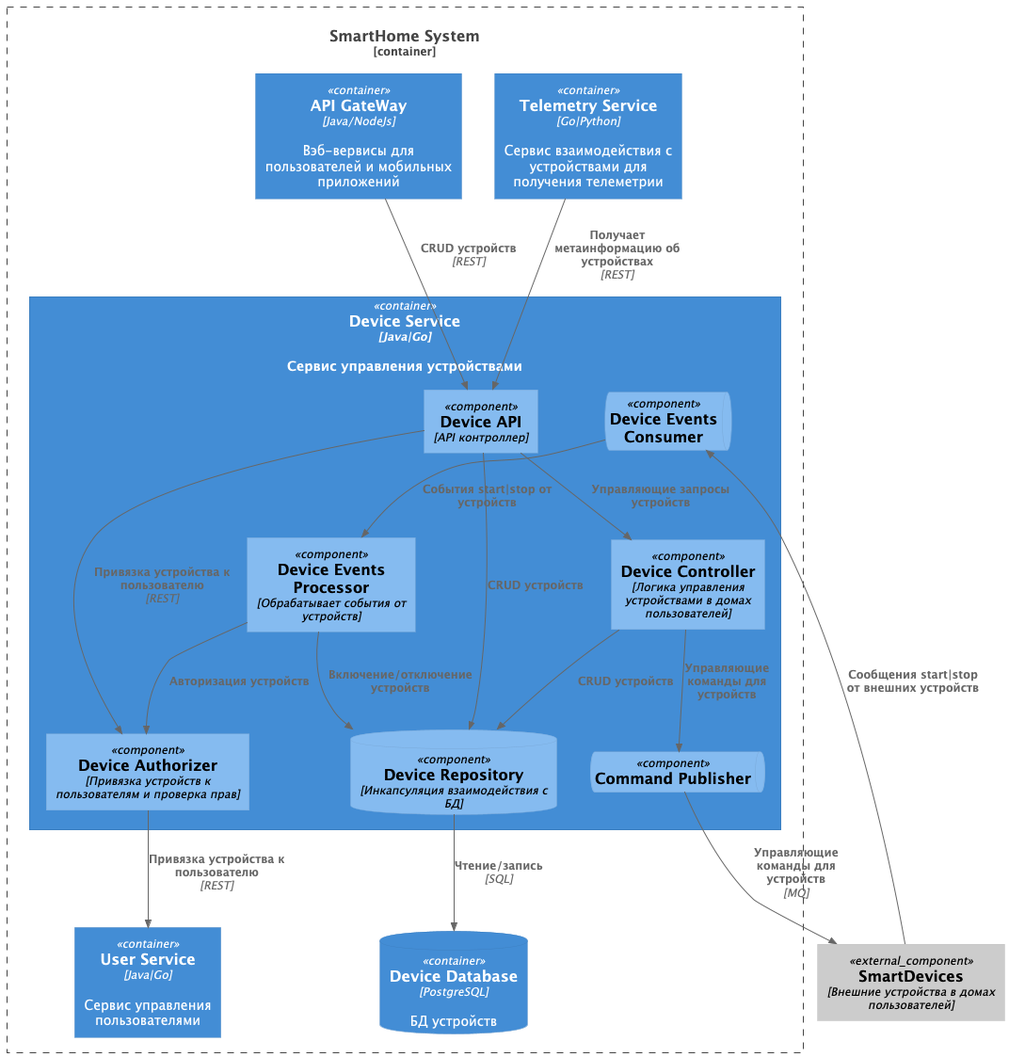
This is schemas/C4_component.png from Yandex-Practicum/architecture-pro-warmhouse, a PlantUML export, as it was before one commit.
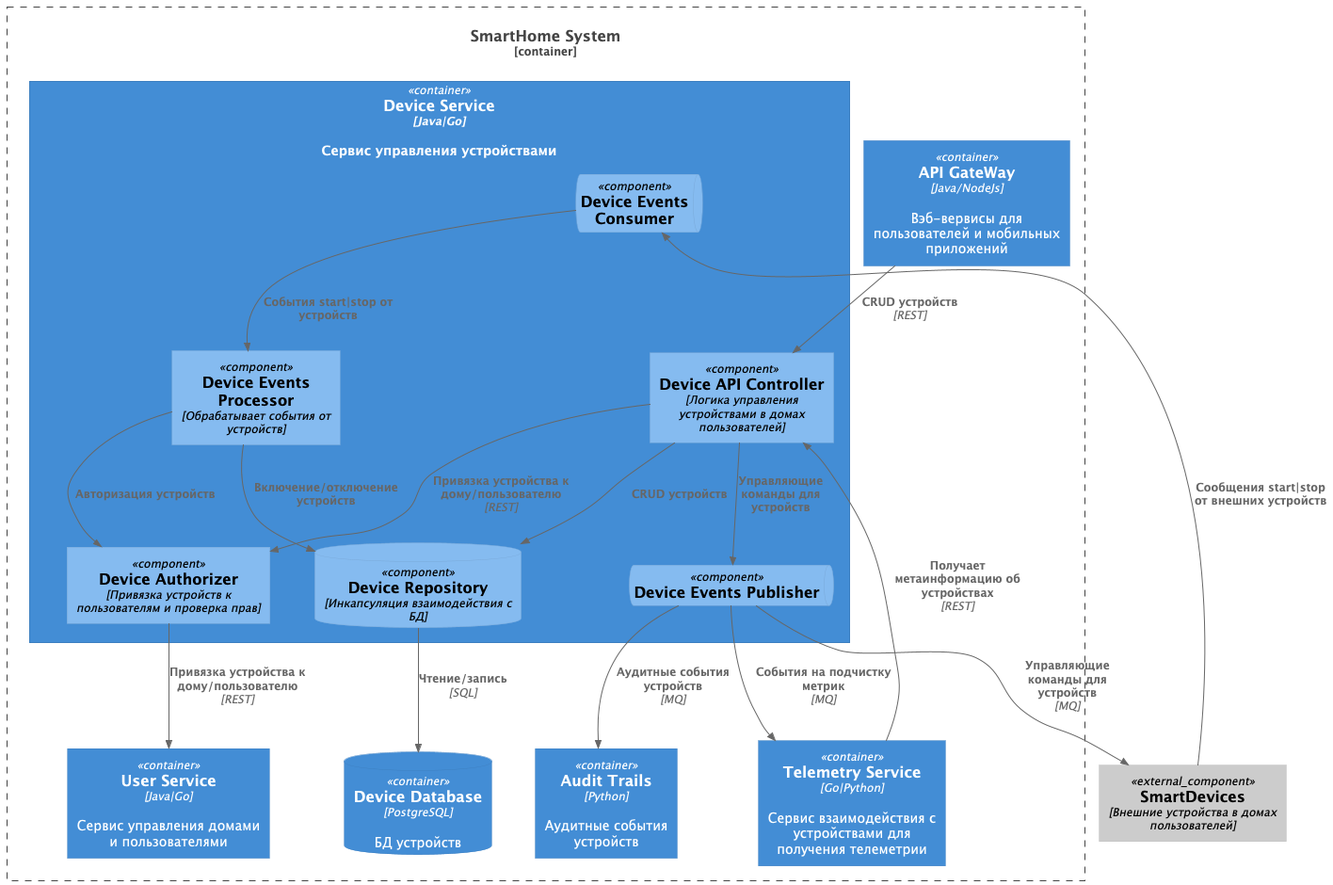
The same diagram one commit later.

Diff of the diagram source:
```diff
@@ -3,43 +3,43 @@
 
 Container_Boundary(smartHomeSystem, "SmartHome System") {
     Container(apiGW, "API GateWay", "Java/NodeJs", "Вэб-вервисы для пользователей и мобильных приложений")
-    Container(userService, "User Service", "Java|Go", "Сервис управления пользователями")
+    Container(userService, "User Service", "Java|Go", "Сервис управления домами и пользователями")
     Container(telemetryService, "Telemetry Service", "Go|Python", "Сервис взаимодействия с устройствами для получения телеметрии")
     Container(deviceService, "Device Service", "Java|Go", "Сервис управления устройствами") {
 
         Component(deviceAuthorizer, "Device Authorizer", "Привязка устройств к пользователям и проверка прав")
         ComponentDb(deviceRepository, "Device Repository", "Инкапсуляция взаимодействия с БД")
-        Component(deviceAPI, "Device API", "API контроллер")
-        Component(deviceController, "Device Controller", "Логика управления устройствами в домах пользователей")
+        Component(deviceAPIController, "Device API Controller", "Логика управления устройствами в домах пользователей")
 
-        ComponentQueue(commandPublisher, "Command Publisher")
+        ComponentQueue(eventsPublisher, "Device Events Publisher")
         ComponentQueue(eventConsumer, "Device Events Consumer")
         Component(eventProcessor, "Device Events Processor", "Обрабатывает события от устройств")
     }
     ContainerDb(deviceDatabase, "Device Database", "PostgreSQL", "БД устройств")
+    Container(auditTrails, "Audit Trails", "Python", "Аудитные события устройств")
 }
 
 Component_Ext(smartDevices ,"SmartDevices", "Внешние устройства в домах пользователей")
 
 Rel(deviceRepository, deviceDatabase, "Чтение/запись", "SQL")
 
-Rel(telemetryService, deviceAPI, "Получает метаинформацию об устройствах", "REST")
+Rel(telemetryService, deviceAPIController, "Получает метаинформацию об устройствах", "REST")
 
-Rel(apiGW, deviceAPI, "CRUD устройств", "REST")
+Rel(apiGW, deviceAPIController, "CRUD устройств", "REST")
 
-Rel(deviceAPI, deviceRepository, "CRUD устройств")
-Rel(deviceController, deviceRepository, "CRUD устройств")
-Rel(deviceAPI, deviceController, "Управляющие запросы устройств")
+Rel(deviceAPIController, deviceRepository, "CRUD устройств")
 
-Rel(deviceAPI, deviceAuthorizer, "Привязка устройства к пользователю", "REST")
-Rel(deviceAuthorizer, userService, "Привязка устройства к пользователю", "REST")
+Rel(deviceAPIController, deviceAuthorizer, "Привязка устройства к дому/пользователю", "REST")
+Rel(deviceAuthorizer, userService, "Привязка устройства к дому/пользователю", "REST")
 
 Rel(eventConsumer, eventProcessor, "События start|stop от устройств")
 Rel(eventProcessor, deviceAuthorizer, "Авторизация устройств")
 Rel(eventProcessor, deviceRepository, "Включение/отключение устройств")
 
-Rel(deviceController, commandPublisher, "Управляющие команды для устройств")
-Rel(commandPublisher, smartDevices, "Управляющие команды для устройств", "MQ")
+Rel(deviceAPIController, eventsPublisher, "Управляющие команды для устройств")
+Rel(eventsPublisher, auditTrails, "Аудитные события устройств", "MQ")
+Rel(eventsPublisher, smartDevices, "Управляющие команды для устройств", "MQ")
+Rel(eventsPublisher, telemetryService, "События на подчистку метрик", "MQ")
 Rel(smartDevices, eventConsumer, "Сообщения start|stop от внешних устройств")
 
 @enduml
```
